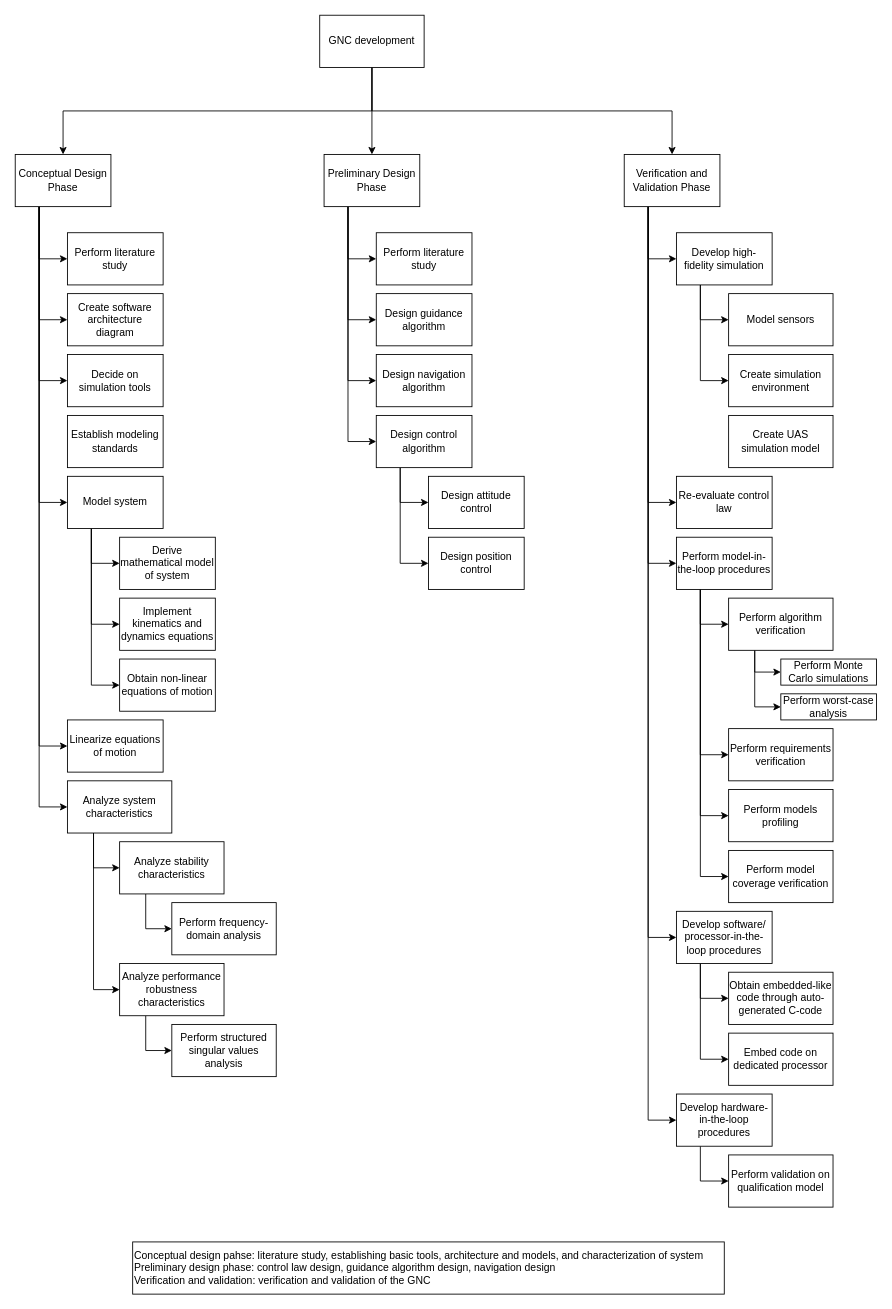
This is work flow diagram CNS.drawio from MikeTimmerman-ae/inspection-drone, a draw.io file, before an edit. Source tidied: cells renumbered, new cells numbered last; positions are measured from the earlier drawing's top-left corner, leaving out a move shared by most shapes. Both pictures are drawn from the tidied source at 87%, with x=0, y=0 at pixel (15, 15).
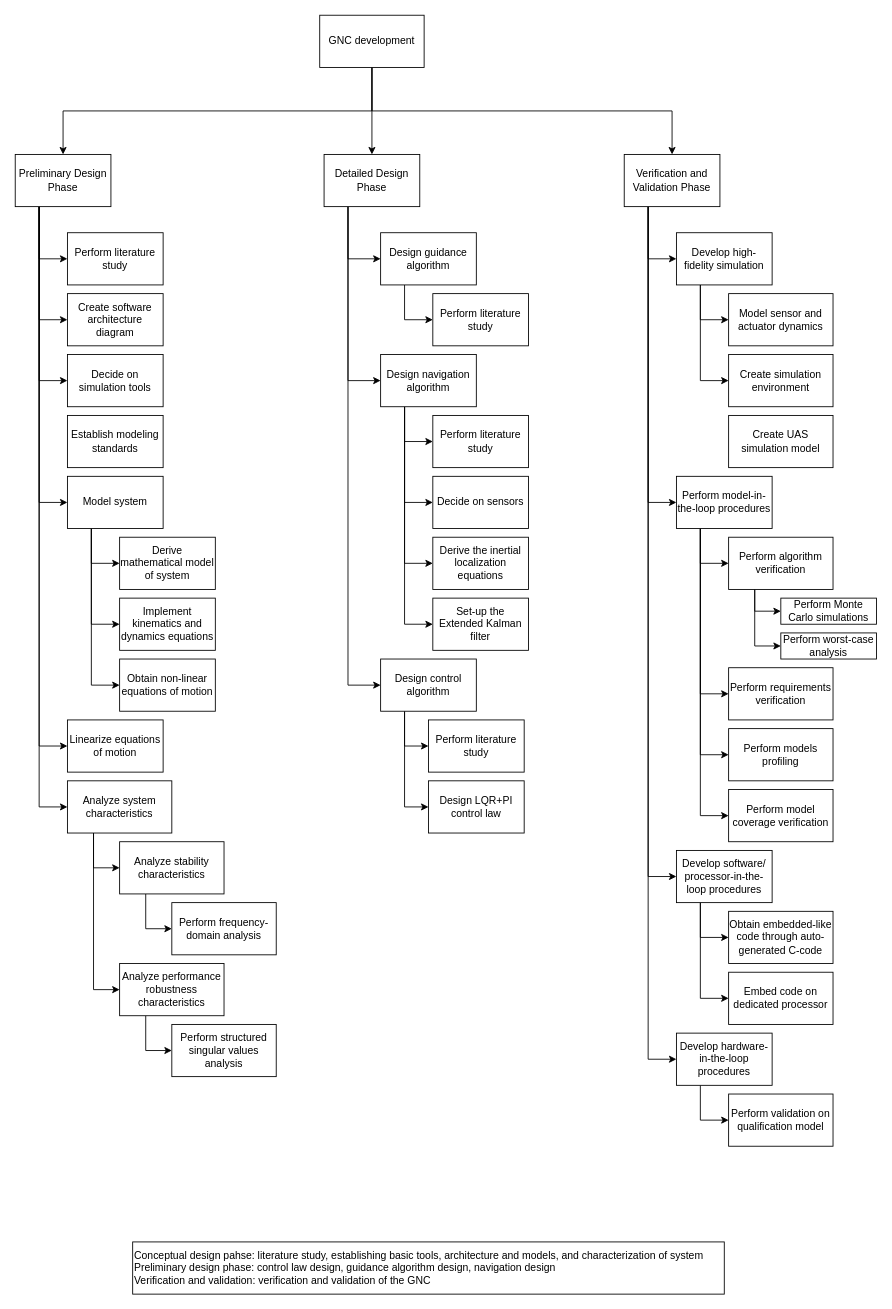
The same diagram, later.

The change refers to these unchanged cells:
```xml
<mxCell id="19" value="Verification and Validation Phase" style="whiteSpace=wrap;html=1;" parent="1" vertex="1">
  <mxGeometry x="700" y="160" width="110" height="60" as="geometry" />
</mxCell>
```

What changed in the source:
```diff
@@
-    <mxCell id="8" value="Conceptual Design Phase" style="whiteSpace=wrap;html=1;" parent="1" vertex="1">
+    <mxCell id="8" value="Preliminary Design Phase" style="whiteSpace=wrap;html=1;" parent="1" vertex="1">
       <mxGeometry y="160" width="110" height="60" as="geometry" />
     </mxCell>
-    <mxCell id="9" style="edgeStyle=orthogonalEdgeStyle;rounded=0;jettySize=auto;html=1;exitX=0.25;exitY=1;exitDx=0;exitDy=0;entryX=0;entryY=0.5;entryDx=0;entryDy=0;" parent="1" edge="1" source="13" target="74">
-      <mxGeometry relative="1" as="geometry" />
-    </mxCell>
@@
-    <mxCell id="13" value="Preliminary Design&lt;br&gt;Phase" style="whiteSpace=wrap;html=1;" parent="1" vertex="1">
+    <mxCell id="13" value="Detailed Design&lt;br&gt;Phase" style="whiteSpace=wrap;html=1;" parent="1" vertex="1">
       <mxGeometry x="355" y="160" width="110" height="60" as="geometry" />
     </mxCell>
@@
-    <mxCell id="18" style="edgeStyle=orthogonalEdgeStyle;rounded=0;jettySize=auto;html=1;exitX=0.25;exitY=1;exitDx=0;exitDy=0;entryX=0;entryY=0.5;entryDx=0;entryDy=0;" parent="1" edge="1" source="19" target="61">
-      <mxGeometry relative="1" as="geometry" />
-    </mxCell>
@@
     <mxCell id="27" value="Perform model-in-the-loop procedures" style="whiteSpace=wrap;html=1;" parent="1" vertex="1">
-      <mxGeometry x="760" y="600" width="110" height="60" as="geometry" />
+      <mxGeometry x="760" y="530" width="110" height="60" as="geometry" />
     </mxCell>
@@
     <mxCell id="30" value="Develop software/ processor-in-the-loop procedures" style="whiteSpace=wrap;html=1;" parent="1" vertex="1">
-      <mxGeometry x="760" y="1030" width="110" height="60" as="geometry" />
+      <mxGeometry x="760" y="960" width="110" height="60" as="geometry" />
     </mxCell>
@@
     <mxCell id="32" value="Develop hardware-in-the-loop procedures" style="whiteSpace=wrap;html=1;" parent="1" vertex="1">
-      <mxGeometry x="760" y="1240" width="110" height="60" as="geometry" />
+      <mxGeometry x="760" y="1170" width="110" height="60" as="geometry" />
     </mxCell>
@@
-    <mxCell id="58" value="Model sensors" style="whiteSpace=wrap;html=1;" parent="1" vertex="1">
+    <mxCell id="58" value="Model sensor and actuator dynamics" style="whiteSpace=wrap;html=1;" parent="1" vertex="1">
       <mxGeometry x="820" y="320" width="120" height="60" as="geometry" />
     </mxCell>
@@
-    <mxCell id="61" value="Re-evaluate control law" style="whiteSpace=wrap;html=1;" parent="1" vertex="1">
-      <mxGeometry x="760" y="530" width="110" height="60" as="geometry" />
-    </mxCell>
     <mxCell id="62" style="edgeStyle=orthogonalEdgeStyle;rounded=0;jettySize=auto;html=1;exitX=0.25;exitY=1;exitDx=0;exitDy=0;entryX=0;entryY=0.5;entryDx=0;entryDy=0;" parent="1" edge="1" source="64" target="73">
       <mxGeometry relative="1" as="geometry">
         <Array as="points">
-          <mxPoint x="850" y="755" />
+          <mxPoint x="850" y="685" />
         </Array>
       </mxGeometry>
     </mxCell>
     <mxCell id="63" style="edgeStyle=orthogonalEdgeStyle;rounded=0;jettySize=auto;html=1;exitX=0.25;exitY=1;exitDx=0;exitDy=0;entryX=0;entryY=0.5;entryDx=0;entryDy=0;" parent="1" edge="1" source="64" target="68">
       <mxGeometry relative="1" as="geometry">
         <Array as="points">
-          <mxPoint x="850" y="795" />
+          <mxPoint x="850" y="725" />
         </Array>
       </mxGeometry>
     </mxCell>
     <mxCell id="64" value="Perform algorithm verification" style="whiteSpace=wrap;html=1;" parent="1" vertex="1">
-      <mxGeometry x="820" y="670" width="120" height="60" as="geometry" />
+      <mxGeometry x="820" y="600" width="120" height="60" as="geometry" />
     </mxCell>
     <mxCell id="65" value="Obtain embedded-like code through auto-generated C-code" style="whiteSpace=wrap;html=1;" parent="1" vertex="1">
-      <mxGeometry x="820" y="1100" width="120" height="60" as="geometry" />
+      <mxGeometry x="820" y="1030" width="120" height="60" as="geometry" />
     </mxCell>
     <mxCell id="66" value="Embed code on dedicated processor" style="whiteSpace=wrap;html=1;" parent="1" vertex="1">
-      <mxGeometry x="820" y="1170" width="120" height="60" as="geometry" />
+      <mxGeometry x="820" y="1100" width="120" height="60" as="geometry" />
     </mxCell>
     <mxCell id="67" value="Perform validation on qualification model" style="whiteSpace=wrap;html=1;" parent="1" vertex="1">
-      <mxGeometry x="820" y="1310" width="120" height="60" as="geometry" />
+      <mxGeometry x="820" y="1240" width="120" height="60" as="geometry" />
     </mxCell>
     <mxCell id="68" value="Perform worst-case analysis" style="whiteSpace=wrap;html=1;" parent="1" vertex="1">
-      <mxGeometry x="880" y="780" width="110" height="30" as="geometry" />
+      <mxGeometry x="880" y="710" width="110" height="30" as="geometry" />
     </mxCell>
     <mxCell id="69" value="Perform models profiling" style="whiteSpace=wrap;html=1;" parent="1" vertex="1">
-      <mxGeometry x="820" y="890" width="120" height="60" as="geometry" />
+      <mxGeometry x="820" y="820" width="120" height="60" as="geometry" />
     </mxCell>
     <mxCell id="70" value="Perform requirements verification" style="whiteSpace=wrap;html=1;" parent="1" vertex="1">
-      <mxGeometry x="820" y="820" width="120" height="60" as="geometry" />
+      <mxGeometry x="820" y="750" width="120" height="60" as="geometry" />
     </mxCell>
@@
     <mxCell id="72" value="Perform model coverage verification" style="whiteSpace=wrap;html=1;" parent="1" vertex="1">
-      <mxGeometry x="820" y="960" width="120" height="60" as="geometry" />
+      <mxGeometry x="820" y="890" width="120" height="60" as="geometry" />
     </mxCell>
     <mxCell id="73" value="Perform Monte Carlo simulations" style="rounded=0;whiteSpace=wrap;html=1;" parent="1" vertex="1">
-      <mxGeometry x="880" y="740" width="110" height="30" as="geometry" />
+      <mxGeometry x="880" y="670" width="110" height="30" as="geometry" />
     </mxCell>
     <mxCell id="74" value="Perform literature study" style="whiteSpace=wrap;html=1;" parent="1" vertex="1">
-      <mxGeometry x="415" y="250" width="110" height="60" as="geometry" />
+      <mxGeometry x="480" y="320" width="110" height="60" as="geometry" />
     </mxCell>
+    <mxCell id="82" style="edgeStyle=orthogonalEdgeStyle;rounded=0;jettySize=auto;html=1;exitX=0.25;exitY=1;exitDx=0;exitDy=0;entryX=0;entryY=0.5;entryDx=0;entryDy=0;" parent="1" edge="1" source="75" target="74">
+      <mxGeometry relative="1" as="geometry" />
+    </mxCell>
     <mxCell id="75" value="Design guidance algorithm" style="whiteSpace=wrap;html=1;" parent="1" vertex="1">
-      <mxGeometry x="415" y="320" width="110" height="60" as="geometry" />
+      <mxGeometry x="420" y="250" width="110" height="60" as="geometry" />
     </mxCell>
+    <mxCell id="83" style="edgeStyle=orthogonalEdgeStyle;rounded=0;jettySize=auto;html=1;exitX=0.25;exitY=1;exitDx=0;exitDy=0;entryX=0;entryY=0.5;entryDx=0;entryDy=0;" parent="1" edge="1" source="76" target="87">
+      <mxGeometry relative="1" as="geometry" />
+    </mxCell>
+    <mxCell id="84" style="edgeStyle=orthogonalEdgeStyle;rounded=0;jettySize=auto;html=1;exitX=0.25;exitY=1;exitDx=0;exitDy=0;entryX=0;entryY=0.5;entryDx=0;entryDy=0;" parent="1" edge="1" source="76" target="88">
+      <mxGeometry relative="1" as="geometry" />
+    </mxCell>
+    <mxCell id="85" style="edgeStyle=orthogonalEdgeStyle;rounded=0;jettySize=auto;html=1;exitX=0.25;exitY=1;exitDx=0;exitDy=0;entryX=0;entryY=0.5;entryDx=0;entryDy=0;" parent="1" edge="1" source="76" target="89">
+      <mxGeometry relative="1" as="geometry" />
+    </mxCell>
+    <mxCell id="86" style="edgeStyle=orthogonalEdgeStyle;rounded=0;jettySize=auto;html=1;exitX=0.25;exitY=1;exitDx=0;exitDy=0;entryX=0;entryY=0.5;entryDx=0;entryDy=0;" parent="1" edge="1" source="76" target="90">
+      <mxGeometry relative="1" as="geometry" />
+    </mxCell>
     <mxCell id="76" value="Design navigation algorithm" style="whiteSpace=wrap;html=1;" parent="1" vertex="1">
-      <mxGeometry x="415" y="390" width="110" height="60" as="geometry" />
+      <mxGeometry x="420" y="390" width="110" height="60" as="geometry" />
     </mxCell>
@@
     <mxCell id="79" value="Design control algorithm" style="whiteSpace=wrap;html=1;" parent="1" vertex="1">
-      <mxGeometry x="415" y="460" width="110" height="60" as="geometry" />
+      <mxGeometry x="420" y="740" width="110" height="60" as="geometry" />
     </mxCell>
-    <mxCell id="80" value="Design attitude control" style="whiteSpace=wrap;html=1;" parent="1" vertex="1">
-      <mxGeometry x="475" y="530" width="110" height="60" as="geometry" />
+    <mxCell id="80" value="Perform literature study" style="whiteSpace=wrap;html=1;" parent="1" vertex="1">
+      <mxGeometry x="475" y="810" width="110" height="60" as="geometry" />
     </mxCell>
-    <mxCell id="81" value="Design position control" style="whiteSpace=wrap;html=1;" parent="1" vertex="1">
-      <mxGeometry x="475" y="600" width="110" height="60" as="geometry" />
+    <mxCell id="81" value="Design LQR+PI control law" style="whiteSpace=wrap;html=1;" parent="1" vertex="1">
+      <mxGeometry x="475" y="880" width="110" height="60" as="geometry" />
     </mxCell>
+    <mxCell id="87" value="Perform literature study" style="whiteSpace=wrap;html=1;" parent="1" vertex="1">
+      <mxGeometry x="480" y="460" width="110" height="60" as="geometry" />
+    </mxCell>
+    <mxCell id="88" value="Decide on sensors" style="whiteSpace=wrap;html=1;" parent="1" vertex="1">
+      <mxGeometry x="480" y="530" width="110" height="60" as="geometry" />
+    </mxCell>
+    <mxCell id="89" value="Derive the inertial localization equations" style="whiteSpace=wrap;html=1;" parent="1" vertex="1">
+      <mxGeometry x="480" y="600" width="110" height="60" as="geometry" />
+    </mxCell>
+    <mxCell id="90" value="Set-up the Extended Kalman filter" style="whiteSpace=wrap;html=1;" parent="1" vertex="1">
+      <mxGeometry x="480" y="670" width="110" height="60" as="geometry" />
+    </mxCell>
```
